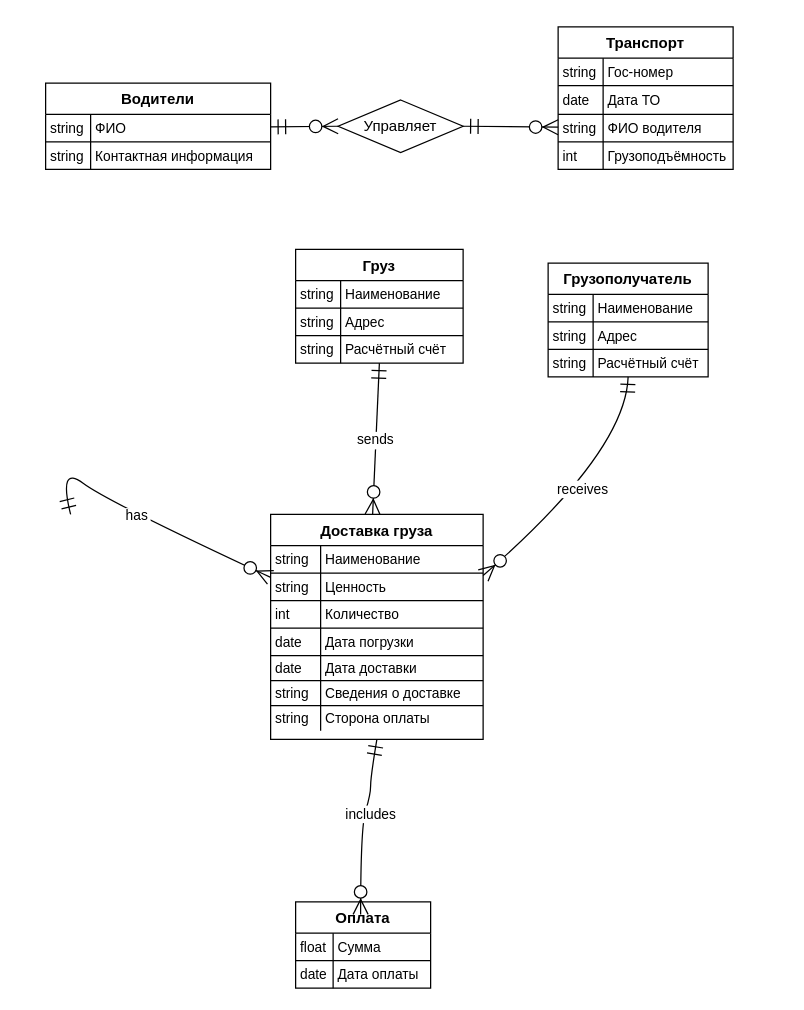
Earlier version of the draw.io diagram Диаграмма без названия.drawio (alexej0000/Diagram). Source tidied: cells renumbered, new cells numbered last; positions are measured from the earlier drawing's top-left corner, leaving out a move shared by most shapes. Both pictures are drawn from the tidied source at 125%, with x=0, y=0 at pixel (45, 26).
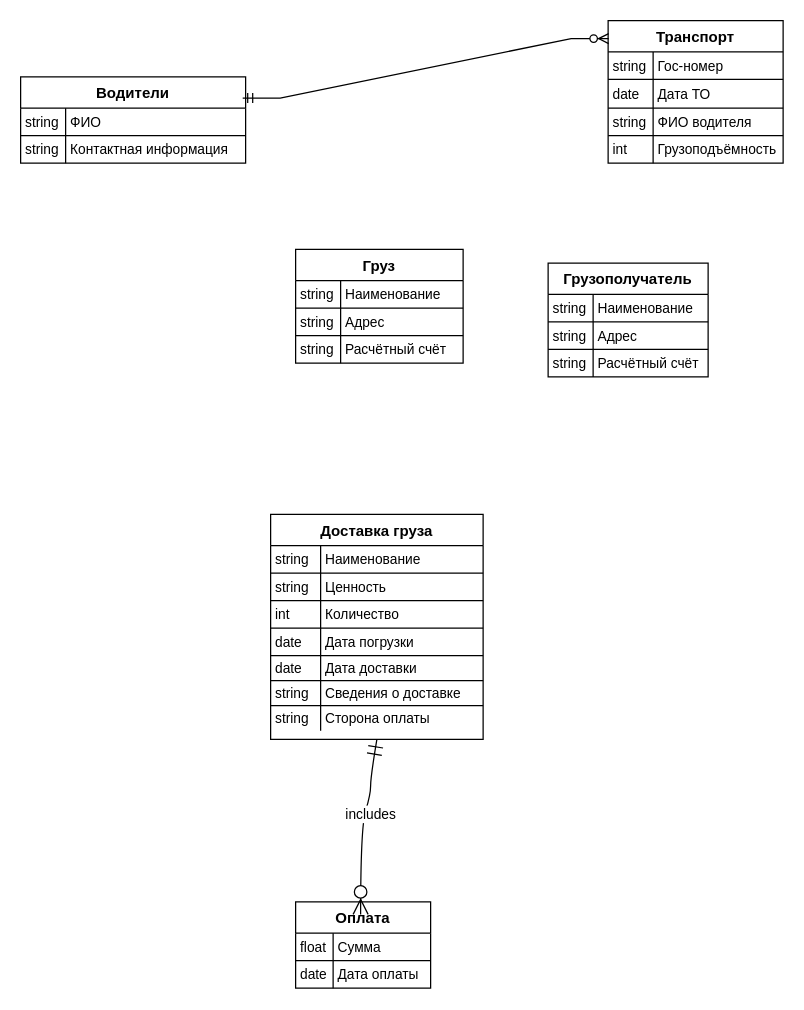
Above is the later version.

The change refers to these unchanged cells:
```xml
<mxCell id="9" style="shape=tableRow;horizontal=0;startSize=0;swimlaneHead=0;swimlaneBody=0;fillColor=none;points=[[0,0.5],[1,0.5]];portConstraint=eastwest;top=0;left=0;right=0;bottom=0;" parent="2" vertex="1">
  <mxGeometry y="70" width="140" height="22" as="geometry" />
</mxCell>
<mxCell id="16" style="shape=tableRow;horizontal=0;startSize=0;swimlaneHead=0;swimlaneBody=0;fillColor=none;points=[[0,0.5],[1,0.5]];portConstraint=eastwest;top=0;left=0;right=0;bottom=0;" parent="15" vertex="1">
  <mxGeometry y="25" width="180" height="22" as="geometry" />
</mxCell>
<mxCell id="22" value="Груз" style="shape=table;startSize=25;childLayout=tableLayout;rowLines=1;fontStyle=1;align=center;" parent="1" vertex="1">
  <mxGeometry x="200" y="178" width="134" height="91" as="geometry" />
</mxCell>
<mxCell id="32" value="Грузополучатель" style="shape=table;startSize=25;childLayout=tableLayout;rowLines=1;fontStyle=1;align=center;" parent="1" vertex="1">
  <mxGeometry x="402" y="189" width="128" height="91" as="geometry" />
</mxCell>
<mxCell id="42" value="Доставка груза" style="shape=table;startSize=25;childLayout=tableLayout;rowLines=1;fontStyle=1;align=center;" parent="1" vertex="1">
  <mxGeometry x="180" y="390" width="170" height="180" as="geometry" />
</mxCell>
```

Diff of the diagram source:
```diff
@@
     <mxCell id="2" value="Транспорт" style="shape=table;startSize=25;childLayout=tableLayout;rowLines=1;fontStyle=1;align=center;" parent="1" vertex="1">
-      <mxGeometry x="410" width="140" height="114" as="geometry" />
+      <mxGeometry x="450" y="-5" width="140" height="114" as="geometry" />
     </mxCell>
@@
     <mxCell id="15" value="Водители" style="shape=table;startSize=25;childLayout=tableLayout;rowLines=1;fontStyle=1;align=center;" parent="1" vertex="1">
-      <mxGeometry y="45" width="180" height="69" as="geometry" />
+      <mxGeometry x="-20" y="40" width="180" height="69" as="geometry" />
     </mxCell>
@@
-    <mxCell id="71" value="has" style="curved=1;startArrow=ERmandOne;startSize=10;endArrow=ERzeroToMany;endSize=10;entryX=0;entryY=0.28;rounded=0;" parent="1" edge="1" target="42">
-      <mxGeometry relative="1" as="geometry">
-        <mxPoint x="20" y="390" as="sourcePoint" />
-        <Array as="points">
-          <mxPoint x="10" y="350" />
-          <mxPoint x="50" y="380" />
-        </Array>
-      </mxGeometry>
-    </mxCell>
-    <mxCell id="72" style="curved=1;startArrow=ERmandOne;startSize=10;endArrow=ERzeroToMany;endSize=10;exitX=1;exitY=0.5;rounded=0;exitDx=0;exitDy=0;" parent="1" edge="1" source="77" target="9">
-      <mxGeometry x="-0.59" y="159" relative="1" as="geometry" />
-    </mxCell>
-    <mxCell id="73" value="sends" style="curved=1;startArrow=ERmandOne;startSize=10;endArrow=ERzeroToMany;endSize=10;exitX=0.5;exitY=1;entryX=0.48;entryY=0;rounded=0;" parent="1" edge="1" source="22" target="42">
-      <mxGeometry relative="1" as="geometry" />
-    </mxCell>
-    <mxCell id="74" value="receives" style="curved=1;startArrow=ERmandOne;startSize=10;endArrow=ERzeroToMany;endSize=10;exitX=0.5;exitY=1;entryX=0.96;entryY=0.29;rounded=0;" parent="1" edge="1" source="32" target="42">
-      <mxGeometry relative="1" as="geometry">
-        <Array as="points">
-          <mxPoint x="464" y="340" />
-        </Array>
-      </mxGeometry>
-    </mxCell>
@@
-    <mxCell id="76" style="curved=1;startArrow=ERmandOne;startSize=10;endArrow=ERzeroToMany;endSize=10;entryX=0;entryY=0.5;rounded=0;entryDx=0;entryDy=0;" parent="1" edge="1" source="16" target="77">
-      <mxGeometry x="-0.59" y="159" relative="1" as="geometry" />
-    </mxCell>
-    <mxCell id="77" value="Управляет" style="shape=rhombus;perimeter=rhombusPerimeter;whiteSpace=wrap;html=1;align=center;" parent="1" vertex="1">
-      <mxGeometry x="234" y="58.5" width="100" height="42" as="geometry" />
-    </mxCell>
+    <mxCell id="78" style="edgeStyle=entityRelationEdgeStyle;fontSize=12;html=1;endArrow=ERzeroToMany;startArrow=ERmandOne;rounded=0;entryX=0.003;entryY=0.126;entryDx=0;entryDy=0;entryPerimeter=0;exitX=0.987;exitY=0.246;exitDx=0;exitDy=0;exitPerimeter=0;" parent="1" edge="1" source="15" target="2">
+      <mxGeometry relative="1" as="geometry" />
+    </mxCell>
```
